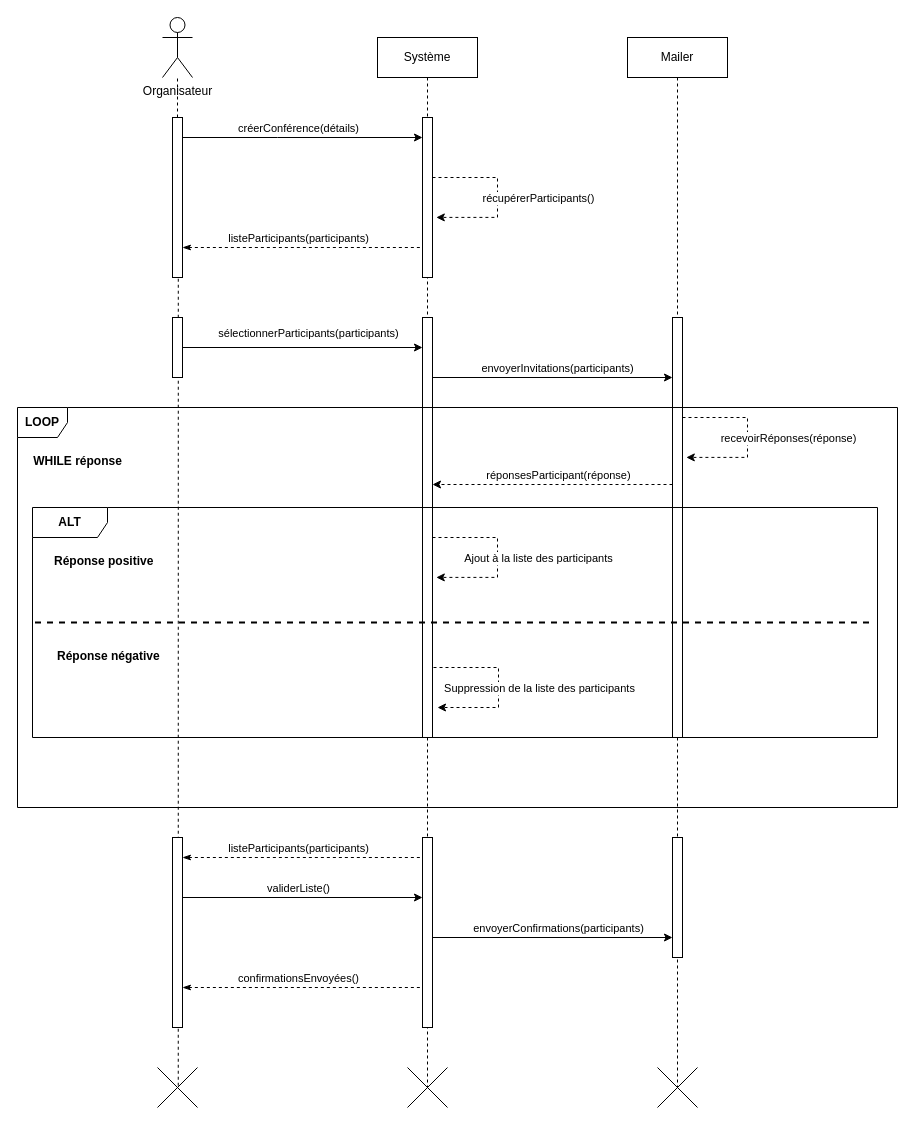
This is UML/Exercices/Correction/04b - Diagramme de Séquence - Diagramme.drawio from nicolasvauchenet/cours_methodologie_1, a draw.io file, before an edit. Source tidied: cells renumbered, new cells numbered last; positions are measured from the earlier drawing's top-left corner, leaving out a move shared by most shapes. Both pictures are drawn from the tidied source at 100%, with x=0, y=0 at pixel (17, 17).
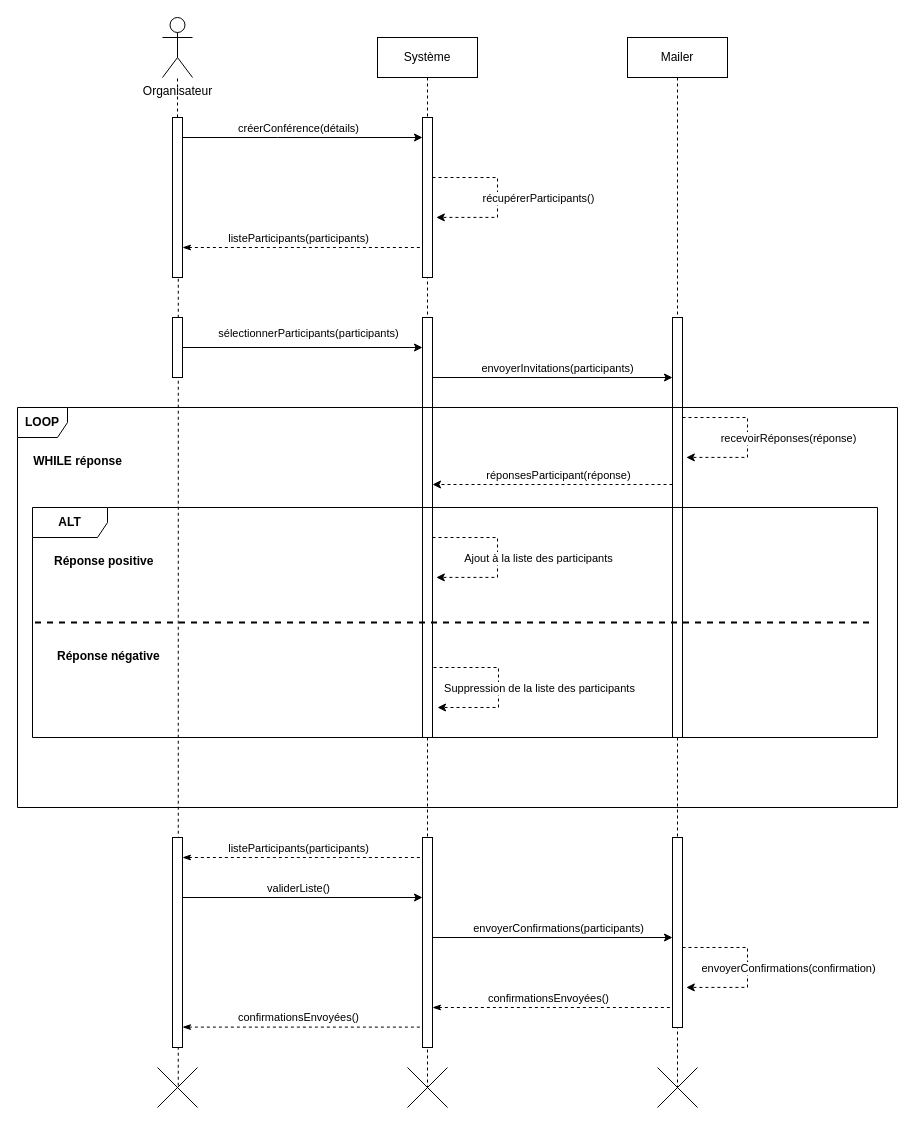
The same diagram, later.

Commit message (it also covers changes not shown here):
Fix Exercice 4b - Séquence

The change refers to these unchanged cells:
```xml
<mxCell id="4" value="Mailer" style="shape=umlLifeline;perimeter=lifelinePerimeter;whiteSpace=wrap;html=1;newEdgeStyle={&quot;edgeStyle&quot;:&quot;elbowEdgeStyle&quot;,&quot;elbow&quot;:&quot;vertical&quot;,&quot;curved&quot;:0,&quot;rounded&quot;:0};" parent="1" vertex="1">
  <mxGeometry x="610" y="20" width="100" height="1050" as="geometry" />
</mxCell>
```

What changed in the source:
```diff
@@
     <mxCell id="7" style="html=1;perimeter=orthogonalPerimeter;targetShapes=umlLifeline;newEdgeStyle={&quot;curved&quot;:0,&quot;rounded&quot;:0};" parent="4" vertex="1">
-      <mxGeometry x="45" y="800" width="10" height="120" as="geometry" />
+      <mxGeometry x="45" y="800" width="10" height="190" as="geometry" />
     </mxCell>
@@
     <mxCell id="39" style="html=1;points=[[0,0,0,0,5],[0,1,0,0,-5],[1,0,0,0,5],[1,1,0,0,-5]];perimeter=orthogonalPerimeter;outlineConnect=0;targetShapes=umlLifeline;portConstraint=eastwest;newEdgeStyle={&quot;curved&quot;:0,&quot;rounded&quot;:0};" parent="1" vertex="1">
-      <mxGeometry x="405" y="820" width="10" height="190" as="geometry" />
+      <mxGeometry x="405" y="820" width="10" height="210" as="geometry" />
     </mxCell>
@@
     <mxCell id="44" style="html=1;points=[[0,0,0,0,5],[0,1,0,0,-5],[1,0,0,0,5],[1,1,0,0,-5]];perimeter=orthogonalPerimeter;outlineConnect=0;targetShapes=umlLifeline;portConstraint=eastwest;newEdgeStyle={&quot;curved&quot;:0,&quot;rounded&quot;:0};" parent="1" vertex="1">
-      <mxGeometry x="155" y="820" width="10" height="190" as="geometry" />
+      <mxGeometry x="155" y="820" width="10" height="210" as="geometry" />
     </mxCell>
     <mxCell id="45" style="edgeStyle=orthogonalEdgeStyle;rounded=0;orthogonalLoop=1;jettySize=auto;html=1;curved=0;endArrow=none;endFill=0;startArrow=classicThin;startFill=1;dashed=1;" parent="1" edge="1">
       <mxGeometry relative="1" as="geometry">
-        <mxPoint x="165" y="970" as="sourcePoint" />
-        <mxPoint x="405" y="970" as="targetPoint" />
+        <mxPoint x="165" y="1009.6" as="sourcePoint" />
+        <mxPoint x="405" y="1009.6" as="targetPoint" />
         <Array as="points">
-          <mxPoint x="260" y="970" />
-          <mxPoint x="260" y="970" />
+          <mxPoint x="260" y="1009.6" />
+          <mxPoint x="260" y="1009.6" />
         </Array>
       </mxGeometry>
     </mxCell>
@@
+    <mxCell id="49" style="edgeStyle=orthogonalEdgeStyle;rounded=0;orthogonalLoop=1;jettySize=auto;html=1;curved=0;entryX=1.376;entryY=0.595;entryDx=0;entryDy=0;entryPerimeter=0;dashed=1;" parent="1" edge="1">
+      <mxGeometry relative="1" as="geometry">
+        <mxPoint x="665" y="930" as="sourcePoint" />
+        <mxPoint x="668.8" y="969.9" as="targetPoint" />
+        <Array as="points">
+          <mxPoint x="730" y="930" />
+        </Array>
+      </mxGeometry>
+    </mxCell>
+    <mxCell id="50" value="envoyerConfirmations(confirmation)" style="edgeLabel;html=1;align=center;verticalAlign=middle;" parent="49" vertex="1">
+      <mxGeometry x="0.16" y="-1" relative="1" as="geometry">
+        <mxPoint x="41" y="-11" as="offset" />
+      </mxGeometry>
+    </mxCell>
+    <mxCell id="51" style="edgeStyle=orthogonalEdgeStyle;rounded=0;orthogonalLoop=1;jettySize=auto;html=1;curved=0;endArrow=none;endFill=0;startArrow=classicThin;startFill=1;dashed=1;" parent="1" edge="1">
+      <mxGeometry relative="1" as="geometry">
+        <mxPoint x="415" y="990" as="sourcePoint" />
+        <mxPoint x="655" y="990" as="targetPoint" />
+        <Array as="points">
+          <mxPoint x="510" y="990" />
+          <mxPoint x="510" y="990" />
+        </Array>
+      </mxGeometry>
+    </mxCell>
+    <mxCell id="52" value="confirmationsEnvoyées()" style="edgeLabel;html=1;align=center;verticalAlign=middle;" parent="51" vertex="1">
+      <mxGeometry x="-0.26" y="2" relative="1" as="geometry">
+        <mxPoint x="26" y="-8" as="offset" />
+      </mxGeometry>
+    </mxCell>
```
